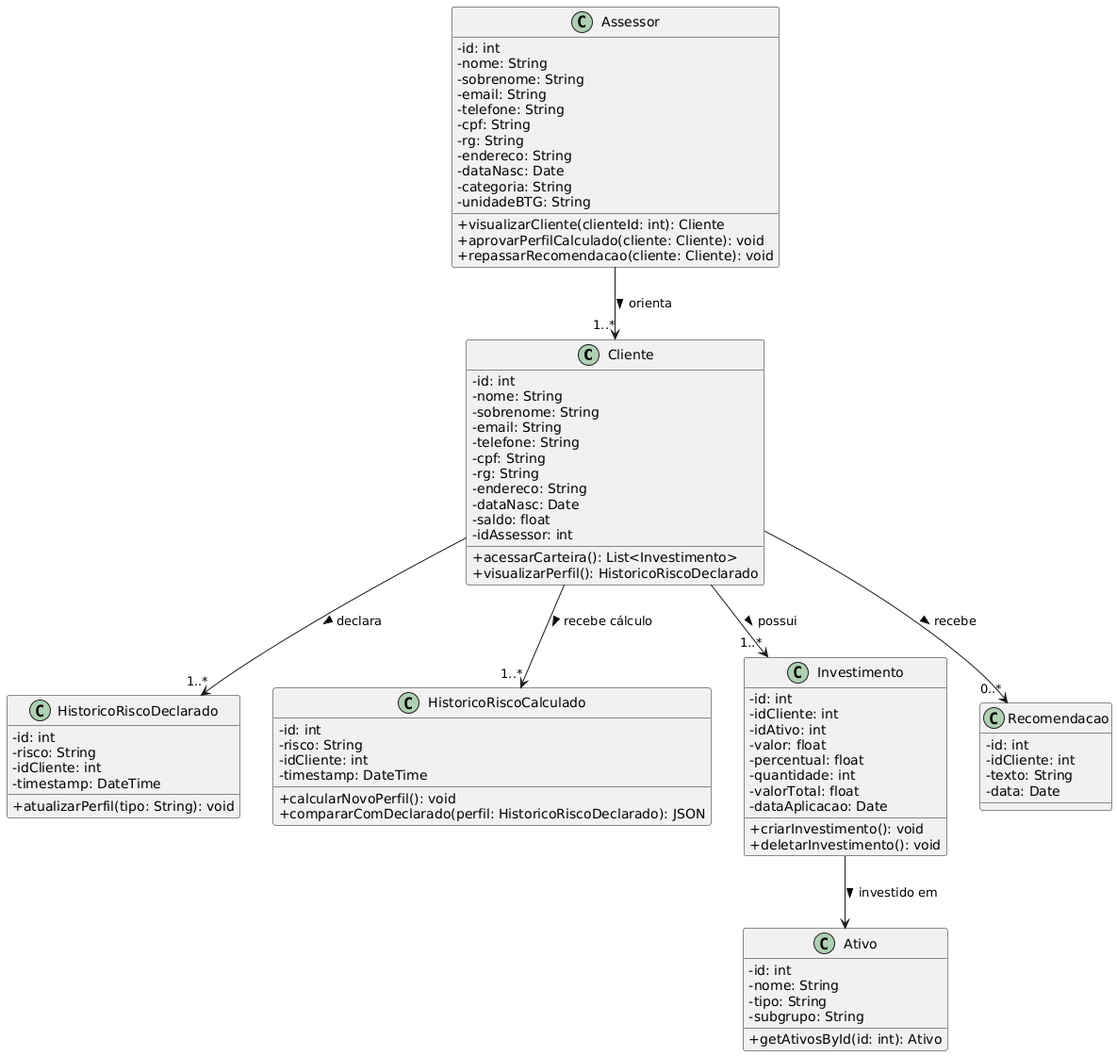
This is documentos/img/diagrama_de_classes.png from balb-0/DIANA, a PlantUML export, as it was before one commit.
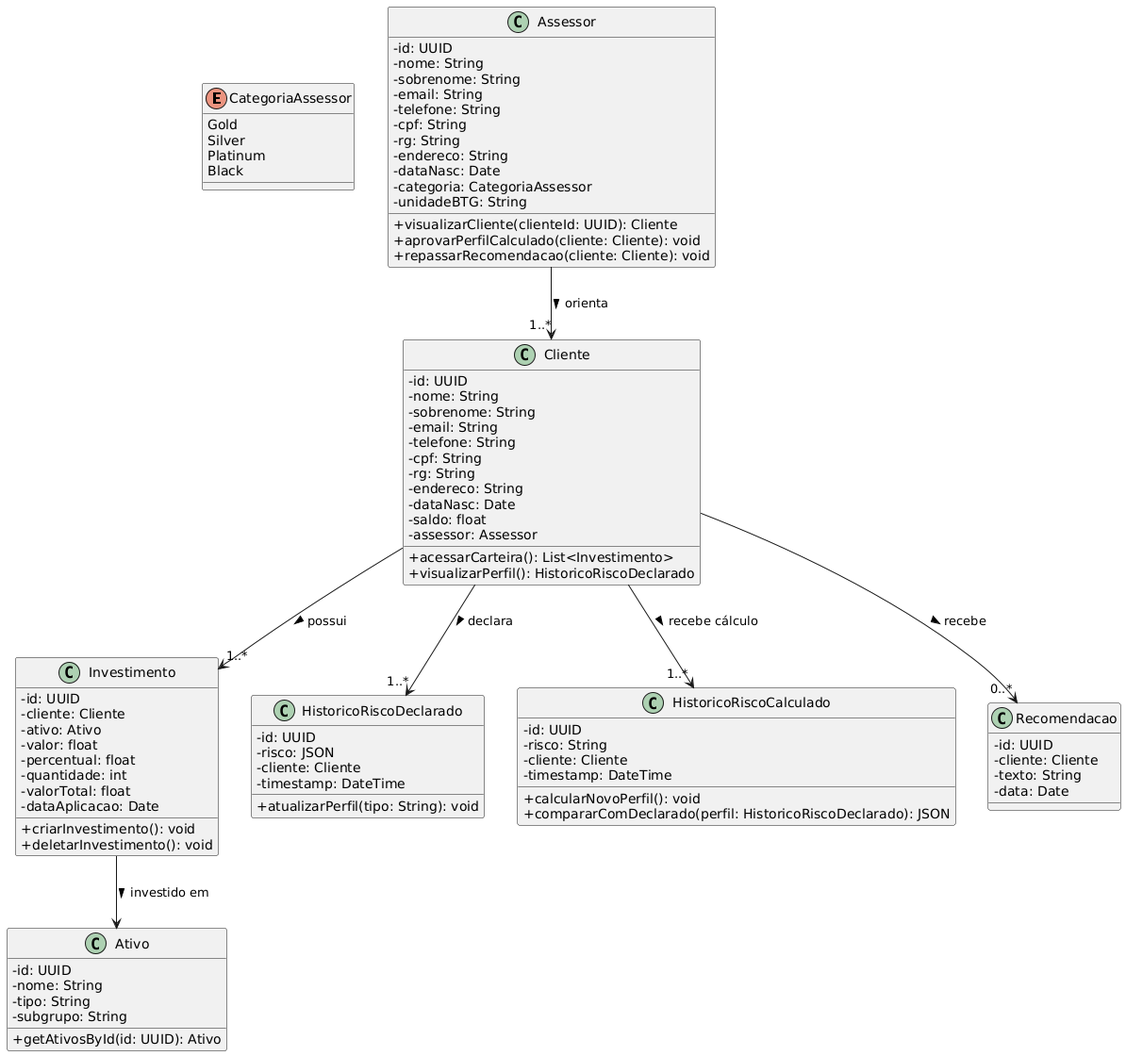
After the commit.

Commit message:
docs: correção do diagrama de classes

Change to the diagram source:
```diff
@@ -2,8 +2,16 @@
 skinparam classAttributeIconSize 0
 
 
+enum CategoriaAssessor {
+  Gold
+  Silver
+  Platinum
+  Black
+}
+
+
 class Cliente {
-  - id: int
+  - id: UUID
   - nome: String
   - sobrenome: String
   - email: String
@@ -13,13 +21,13 @@
   - endereco: String
   - dataNasc: Date
   - saldo: float
-  - idAssessor: int
+  - assessor: Assessor
   + acessarCarteira(): List<Investimento>
   + visualizarPerfil(): HistoricoRiscoDeclarado
 }
 
 class Assessor {
-  - id: int
+  - id: UUID
   - nome: String
   - sobrenome: String
   - email: String
@@ -28,34 +36,17 @@
   - rg: String
   - endereco: String
   - dataNasc: Date
-  - categoria: String
+  - categoria: CategoriaAssessor
   - unidadeBTG: String
-  + visualizarCliente(clienteId: int): Cliente
+  + visualizarCliente(clienteId: UUID): Cliente
   + aprovarPerfilCalculado(cliente: Cliente): void
   + repassarRecomendacao(cliente: Cliente): void
 }
 
-class HistoricoRiscoDeclarado {
-  - id: int
-  - risco: String
-  - idCliente: int
-  - timestamp: DateTime
-  + atualizarPerfil(tipo: String): void
-}
-
-class HistoricoRiscoCalculado {
-  - id: int
-  - risco: String
-  - idCliente: int
-  - timestamp: DateTime
-  + calcularNovoPerfil(): void
-  + compararComDeclarado(perfil: HistoricoRiscoDeclarado): JSON
-}
-
 class Investimento {
-  - id: int
-  - idCliente: int
-  - idAtivo: int
+  - id: UUID
+  - cliente: Cliente
+  - ativo: Ativo
   - valor: float
   - percentual: float
   - quantidade: int
@@ -66,16 +57,33 @@
 }
 
 class Ativo {
-  - id: int
+  - id: UUID
   - nome: String
   - tipo: String
   - subgrupo: String
-  + getAtivosById(id: int): Ativo
+  + getAtivosById(id: UUID): Ativo
+}
+
+class HistoricoRiscoDeclarado {
+  - id: UUID
+  - risco: JSON
+  - cliente: Cliente
+  - timestamp: DateTime
+  + atualizarPerfil(tipo: String): void
+}
+
+class HistoricoRiscoCalculado {
+  - id: UUID
+  - risco: String
+  - cliente: Cliente
+  - timestamp: DateTime
+  + calcularNovoPerfil(): void
+  + compararComDeclarado(perfil: HistoricoRiscoDeclarado): JSON
 }
 
 class Recomendacao {
-  - id: int
-  - idCliente: int
+  - id: UUID
+  - cliente: Cliente
   - texto: String
   - data: Date
 }
```
